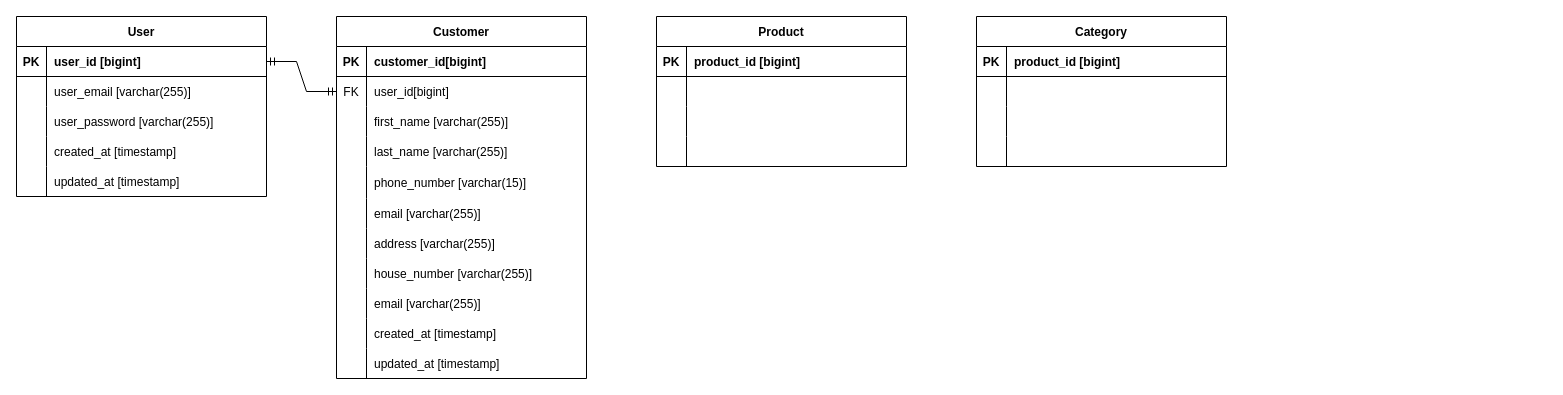
nicholasreinaldo/LuminaEcommerce keeps this draw.io diagram as ERD/Pizza ERD.drawio. Above is the earlier version. Source tidied: cells renumbered, new cells numbered last; positions are measured from the earlier drawing's top-left corner, leaving out a move shared by most shapes. Both pictures are drawn from the tidied source at 100%, with x=0, y=0 at pixel (16, 16).
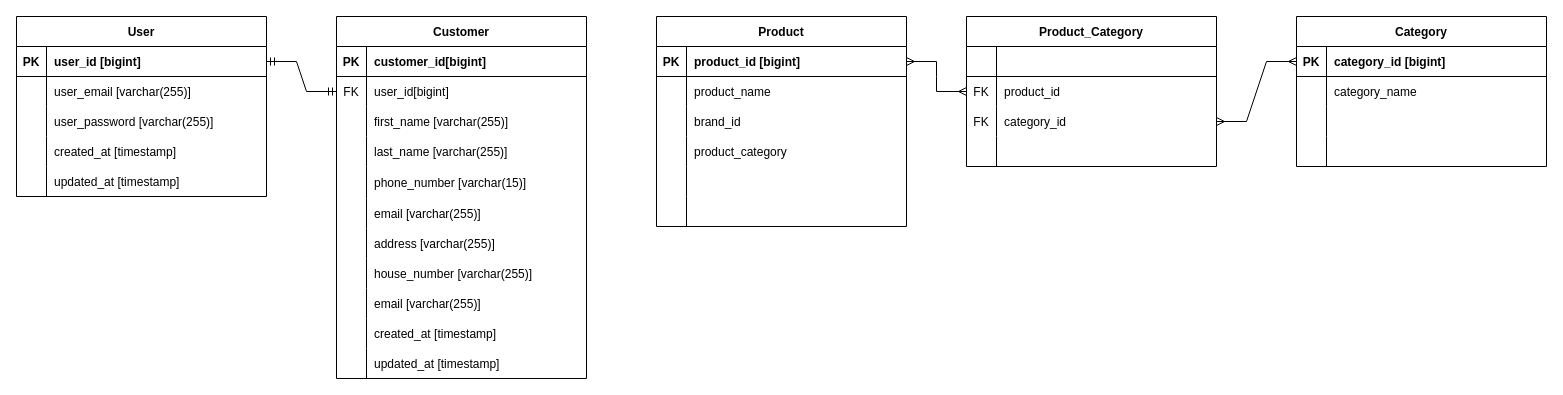
The same page after the edit.

Unchanged cells that the change refers to:
```xml
<mxCell id="37" style="shape=partialRectangle;fillColor=none;points=[[0,0.5],[1,0.5]];portConstraint=eastwest;top=0;left=0;right=0;bottom=1;" parent="36" vertex="1">
  <mxGeometry y="30" width="250" height="30" as="geometry" />
</mxCell>
<mxCell id="40" style="shape=partialRectangle;fillColor=none;top=0;left=0;right=0;bottom=0;" parent="36" vertex="1">
  <mxGeometry y="60" width="250" height="30" as="geometry" />
</mxCell>
<mxCell id="43" style="shape=partialRectangle;fillColor=none;top=0;left=0;right=0;bottom=0;" parent="36" vertex="1">
  <mxGeometry y="90" width="250" height="30" as="geometry" />
</mxCell>
<mxCell id="46" style="shape=partialRectangle;fillColor=none;top=0;left=0;right=0;bottom=0;" parent="36" vertex="1">
  <mxGeometry y="120" width="250" height="30" as="geometry" />
</mxCell>
<mxCell id="67" style="shape=partialRectangle;fillColor=none;points=[[0,0.5],[1,0.5]];portConstraint=eastwest;top=0;left=0;right=0;bottom=1;" parent="66" vertex="1">
  <mxGeometry y="30" width="250" height="30" as="geometry" />
</mxCell>
<mxCell id="70" style="shape=partialRectangle;fillColor=none;top=0;left=0;right=0;bottom=0;" parent="66" vertex="1">
  <mxGeometry y="60" width="250" height="30" as="geometry" />
</mxCell>
```

What changed in the source:
```diff
@@
     <mxCell id="36" value="Product" style="shape=table;startSize=30;childLayout=tableLayout;rowLines=0;fontStyle=1;align=center;" parent="1" vertex="1">
-      <mxGeometry x="640" width="250" height="150" as="geometry" />
+      <mxGeometry x="640" width="250" height="210" as="geometry" />
     </mxCell>
@@
-    <mxCell id="42" style="shape=partialRectangle;overflow=hidden;fillColor=none;top=0;left=0;bottom=0;right=0;align=left;spacingLeft=6;" parent="40" vertex="1">
+    <mxCell id="42" value="product_name" style="shape=partialRectangle;overflow=hidden;fillColor=none;top=0;left=0;bottom=0;right=0;align=left;spacingLeft=6;" parent="40" vertex="1">
       <mxGeometry x="30" width="220" height="30" as="geometry" />
     </mxCell>
@@
-    <mxCell id="45" style="shape=partialRectangle;overflow=hidden;fillColor=none;top=0;left=0;bottom=0;right=0;align=left;spacingLeft=6;" parent="43" vertex="1">
+    <mxCell id="45" value="brand_id" style="shape=partialRectangle;overflow=hidden;fillColor=none;top=0;left=0;bottom=0;right=0;align=left;spacingLeft=6;" parent="43" vertex="1">
       <mxGeometry x="30" width="220" height="30" as="geometry" />
     </mxCell>
@@
-    <mxCell id="48" style="shape=partialRectangle;overflow=hidden;fillColor=none;top=0;left=0;bottom=0;right=0;align=left;spacingLeft=6;" parent="46" vertex="1">
+    <mxCell id="48" value="product_category" style="shape=partialRectangle;overflow=hidden;fillColor=none;top=0;left=0;bottom=0;right=0;align=left;spacingLeft=6;" parent="46" vertex="1">
       <mxGeometry x="30" width="220" height="30" as="geometry" />
     </mxCell>
+    <mxCell id="79" style="shape=partialRectangle;fillColor=none;top=0;left=0;right=0;bottom=0;" parent="36" vertex="1">
+      <mxGeometry y="150" width="250" height="30" as="geometry" />
+    </mxCell>
+    <mxCell id="80" style="shape=partialRectangle;overflow=hidden;fillColor=none;top=0;left=0;bottom=0;right=0;" parent="79" vertex="1">
+      <mxGeometry width="30" height="30" as="geometry" />
+    </mxCell>
+    <mxCell id="81" style="shape=partialRectangle;overflow=hidden;fillColor=none;top=0;left=0;bottom=0;right=0;align=left;spacingLeft=6;" parent="79" vertex="1">
+      <mxGeometry x="30" width="220" height="30" as="geometry" />
+    </mxCell>
+    <mxCell id="82" style="shape=partialRectangle;fillColor=none;top=0;left=0;right=0;bottom=0;" parent="36" vertex="1">
+      <mxGeometry y="180" width="250" height="30" as="geometry" />
+    </mxCell>
+    <mxCell id="83" style="shape=partialRectangle;overflow=hidden;fillColor=none;top=0;left=0;bottom=0;right=0;" parent="82" vertex="1">
+      <mxGeometry width="30" height="30" as="geometry" />
+    </mxCell>
+    <mxCell id="84" style="shape=partialRectangle;overflow=hidden;fillColor=none;top=0;left=0;bottom=0;right=0;align=left;spacingLeft=6;" parent="82" vertex="1">
+      <mxGeometry x="30" width="220" height="30" as="geometry" />
+    </mxCell>
@@
     <mxCell id="66" value="Category" style="shape=table;startSize=30;childLayout=tableLayout;rowLines=0;fontStyle=1;align=center;" parent="1" vertex="1">
-      <mxGeometry x="960" width="250" height="150" as="geometry" />
+      <mxGeometry x="1280" width="250" height="150" as="geometry" />
     </mxCell>
@@
-    <mxCell id="69" value="product_id [bigint]" style="shape=partialRectangle;overflow=hidden;fillColor=none;top=0;left=0;bottom=0;right=0;align=left;spacingLeft=6;fontStyle=1;" parent="67" vertex="1">
+    <mxCell id="69" value="category_id [bigint]" style="shape=partialRectangle;overflow=hidden;fillColor=none;top=0;left=0;bottom=0;right=0;align=left;spacingLeft=6;fontStyle=1;" parent="67" vertex="1">
       <mxGeometry x="30" width="220" height="30" as="geometry" />
     </mxCell>
@@
-    <mxCell id="72" style="shape=partialRectangle;overflow=hidden;fillColor=none;top=0;left=0;bottom=0;right=0;align=left;spacingLeft=6;" parent="70" vertex="1">
+    <mxCell id="72" value="category_name" style="shape=partialRectangle;overflow=hidden;fillColor=none;top=0;left=0;bottom=0;right=0;align=left;spacingLeft=6;" parent="70" vertex="1">
       <mxGeometry x="30" width="220" height="30" as="geometry" />
     </mxCell>
@@
+    <mxCell id="85" value="Product_Category" style="shape=table;startSize=30;childLayout=tableLayout;rowLines=0;fontStyle=1;align=center;" parent="1" vertex="1">
+      <mxGeometry x="950" width="250" height="150" as="geometry" />
+    </mxCell>
+    <mxCell id="86" style="shape=partialRectangle;fillColor=none;top=0;left=0;right=0;bottom=1;" parent="85" vertex="1">
+      <mxGeometry y="30" width="250" height="30" as="geometry" />
+    </mxCell>
+    <mxCell id="87" style="shape=partialRectangle;overflow=hidden;fillColor=none;top=0;left=0;bottom=0;right=0;fontStyle=1;" parent="86" vertex="1">
+      <mxGeometry width="30" height="30" as="geometry" />
+    </mxCell>
+    <mxCell id="88" style="shape=partialRectangle;overflow=hidden;fillColor=none;top=0;left=0;bottom=0;right=0;align=left;spacingLeft=6;fontStyle=1;" parent="86" vertex="1">
+      <mxGeometry x="30" width="220" height="30" as="geometry" />
+    </mxCell>
+    <mxCell id="89" style="shape=partialRectangle;fillColor=none;points=[[0,0.5],[1,0.5]];portConstraint=eastwest;top=0;left=0;right=0;bottom=0;" parent="85" vertex="1">
+      <mxGeometry y="60" width="250" height="30" as="geometry" />
+    </mxCell>
+    <mxCell id="90" value="FK" style="shape=partialRectangle;overflow=hidden;fillColor=none;top=0;left=0;bottom=0;right=0;" parent="89" vertex="1">
+      <mxGeometry width="30" height="30" as="geometry" />
+    </mxCell>
+    <mxCell id="91" value="product_id" style="shape=partialRectangle;overflow=hidden;fillColor=none;top=0;left=0;bottom=0;right=0;align=left;spacingLeft=6;" parent="89" vertex="1">
+      <mxGeometry x="30" width="220" height="30" as="geometry" />
+    </mxCell>
+    <mxCell id="92" style="shape=partialRectangle;fillColor=none;points=[[0,0.5],[1,0.5]];portConstraint=eastwest;top=0;left=0;right=0;bottom=0;" parent="85" vertex="1">
+      <mxGeometry y="90" width="250" height="30" as="geometry" />
+    </mxCell>
+    <mxCell id="93" value="FK" style="shape=partialRectangle;overflow=hidden;fillColor=none;top=0;left=0;bottom=0;right=0;" parent="92" vertex="1">
+      <mxGeometry width="30" height="30" as="geometry" />
+    </mxCell>
+    <mxCell id="94" value="category_id" style="shape=partialRectangle;overflow=hidden;fillColor=none;top=0;left=0;bottom=0;right=0;align=left;spacingLeft=6;" parent="92" vertex="1">
+      <mxGeometry x="30" width="220" height="30" as="geometry" />
+    </mxCell>
+    <mxCell id="95" style="shape=partialRectangle;fillColor=none;top=0;left=0;right=0;bottom=0;" parent="85" vertex="1">
+      <mxGeometry y="120" width="250" height="30" as="geometry" />
+    </mxCell>
+    <mxCell id="96" style="shape=partialRectangle;overflow=hidden;fillColor=none;top=0;left=0;bottom=0;right=0;" parent="95" vertex="1">
+      <mxGeometry width="30" height="30" as="geometry" />
+    </mxCell>
+    <mxCell id="97" style="shape=partialRectangle;overflow=hidden;fillColor=none;top=0;left=0;bottom=0;right=0;align=left;spacingLeft=6;" parent="95" vertex="1">
+      <mxGeometry x="30" width="220" height="30" as="geometry" />
+    </mxCell>
+    <mxCell id="98" style="edgeStyle=entityRelationEdgeStyle;fontSize=12;html=1;endArrow=ERmany;startArrow=ERmany;rounded=0;entryX=0;entryY=0.5;entryDx=0;entryDy=0;" parent="1" edge="1" source="37" target="89">
+      <mxGeometry relative="1" as="geometry" />
+    </mxCell>
+    <mxCell id="99" style="edgeStyle=entityRelationEdgeStyle;fontSize=12;html=1;endArrow=ERmany;startArrow=ERmany;rounded=0;entryX=0;entryY=0.5;entryDx=0;entryDy=0;exitX=1;exitY=0.5;exitDx=0;exitDy=0;" parent="1" edge="1" source="92" target="67">
+      <mxGeometry relative="1" as="geometry" />
+    </mxCell>
```
